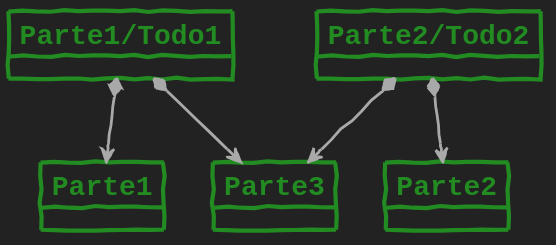
USantaTecla-0-general/3-publicaciones keeps this PlantUML diagram as USantaTecla/1-fundamentos/2-conocimiento/images/jerarquiaAgregacion.svg. Above is the earlier version. Source of this version:
```plantuml
@startuml
skinparam backgroundColor #222222
skinparam handwritten true
skinparam shadowing false
skinparam padding 1
skinparam arrow {
    Thickness 2
    Color #DarkGrey
    FontSize 20
    FontName courier
    FontStyle normal
    FontColor #DarkGrey
}
skinparam object {
    BorderThickness 3
    BorderColor #ForestGreen
    BackgroundColor #222222
    FontSize 20
    FontName courier
    FontStyle bold
    FontColor #ForestGreen
}
skinparam objectAttribute {
    FontColor #ForestGreen
}

object "Parte1/Todo1" as Parte1Todo2
object "Parte2/Todo2" as Parte2Todo3
object "Parte1" as Parte21
object "Parte3" as Parte4
object "Parte2" as Parte32

Parte1Todo2 *-down-> Parte21
Parte1Todo2 *-down-> Parte4
Parte2Todo3 *-down-> Parte4
Parte2Todo3 *-down-> Parte32

@enduml
```
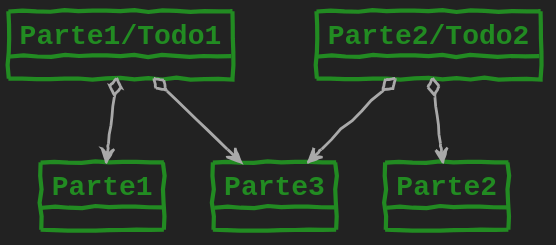
Above is the later version.

The edit, as a diff of the source:
```diff
@@ -30,9 +30,9 @@
 object "Parte3" as Parte4
 object "Parte2" as Parte32
 
-Parte1Todo2 *-down-> Parte21
-Parte1Todo2 *-down-> Parte4
-Parte2Todo3 *-down-> Parte4
-Parte2Todo3 *-down-> Parte32
+Parte1Todo2 o-down-> Parte21
+Parte1Todo2 o-down-> Parte4
+Parte2Todo3 o-down-> Parte4
+Parte2Todo3 o-down-> Parte32
 
 @enduml
```
